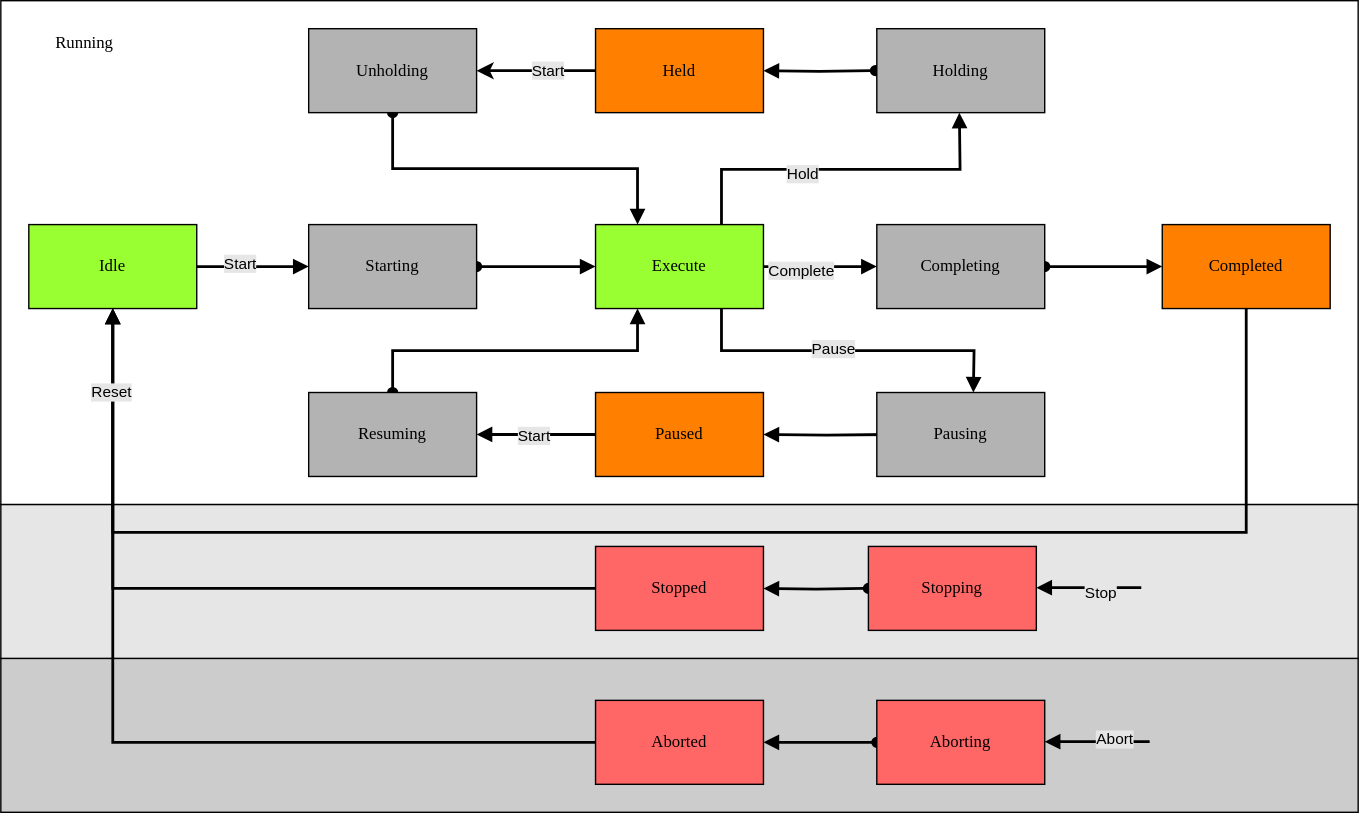
The draw.io diagram docs/StateMachine.drawio.svg in PeterZerlauth/Tc3_Component, before a commit. Source tidied: cells renumbered, new cells last; positions are measured from the earlier drawing's top-left corner, leaving out a move shared by most shapes.
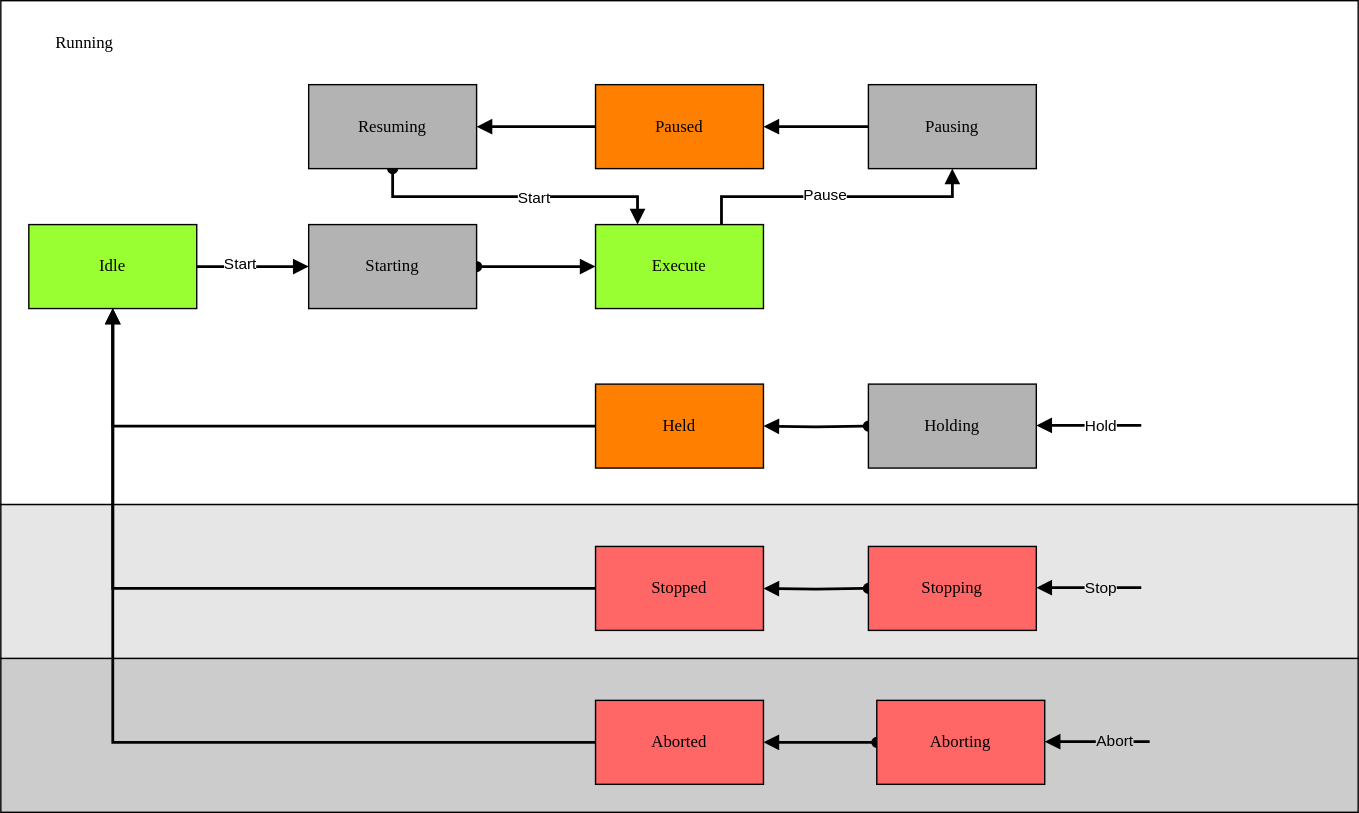
Above is the later version.

Diff of the diagram source:
```diff
@@ -11,56 +11,25 @@
     <mxCell id="4" style="rounded=0;whiteSpace=wrap;html=1;fontFamily=Helvetica;fontSize=11;fontColor=default;labelBackgroundColor=default;fillColor=#FFFFFF;" parent="1" vertex="1">
       <mxGeometry width="970" height="360" as="geometry" />
     </mxCell>
-    <mxCell id="5" style="edgeStyle=orthogonalEdgeStyle;rounded=0;jettySize=auto;html=1;strokeWidth=2;" parent="1" edge="1" source="6" target="34">
-      <mxGeometry relative="1" as="geometry" />
-    </mxCell>
-    <mxCell id="6" value="Held" style="rounded=0;whiteSpace=wrap;html=1;arcSize=24;fillColor=#FF8000;strokeColor=#000000;shadow=0;comic=0;labelBackgroundColor=none;fontFamily=Verdana;fontSize=12;fontColor=#000000;align=center;rotation=0;" parent="1" vertex="1">
-      <mxGeometry x="425" y="20" width="120" height="60" as="geometry" />
-    </mxCell>
-    <mxCell id="7" style="edgeStyle=orthogonalEdgeStyle;rounded=0;jettySize=auto;html=1;entryX=0.5;entryY=1;entryDx=0;entryDy=0;strokeColor=default;align=center;verticalAlign=middle;fontFamily=Helvetica;fontSize=11;fontColor=default;labelBackgroundColor=default;endArrow=block;endFill=1;exitX=0.75;exitY=0;exitDx=0;exitDy=0;strokeWidth=2;" parent="1" edge="1" source="11">
-      <mxGeometry relative="1" as="geometry">
-        <mxPoint x="685" y="80" as="targetPoint" />
-      </mxGeometry>
-    </mxCell>
-    <mxCell id="8" value="Hold" style="edgeLabel;html=1;align=center;verticalAlign=middle;fontFamily=Helvetica;fontSize=11;fontColor=default;labelBackgroundColor=#E6E6E6;" parent="7" vertex="1">
-      <mxGeometry x="-0.23" y="-2" relative="1" as="geometry">
-        <mxPoint x="1" y="1" as="offset" />
-      </mxGeometry>
-    </mxCell>
-    <mxCell id="9" style="edgeStyle=orthogonalEdgeStyle;rounded=0;jettySize=auto;html=1;exitX=1;exitY=0.5;exitDx=0;exitDy=0;entryX=0;entryY=0.5;entryDx=0;entryDy=0;strokeColor=default;align=center;verticalAlign=middle;fontFamily=Helvetica;fontSize=11;fontColor=default;labelBackgroundColor=default;endArrow=block;endFill=1;strokeWidth=2;" parent="1" edge="1" source="11" target="41">
-      <mxGeometry relative="1" as="geometry" />
-    </mxCell>
-    <mxCell id="10" value="Complete" style="edgeLabel;html=1;align=center;verticalAlign=middle;fontFamily=Helvetica;fontSize=11;fontColor=default;labelBackgroundColor=#E6E6E6;" parent="9" vertex="1">
-      <mxGeometry x="-0.36" y="-2" relative="1" as="geometry" />
-    </mxCell>
     <mxCell id="11" value="Execute" style="rounded=0;whiteSpace=wrap;html=1;arcSize=24;fillColor=#99FF33;strokeColor=#000000;shadow=0;comic=0;labelBackgroundColor=none;fontFamily=Verdana;fontSize=12;fontColor=#000000;align=center;" parent="1" vertex="1">
       <mxGeometry x="425" y="160" width="120" height="60" as="geometry" />
     </mxCell>
     <mxCell id="12" value="Paused" style="rounded=0;whiteSpace=wrap;html=1;arcSize=24;fillColor=#FF8000;strokeColor=#000000;shadow=0;comic=0;labelBackgroundColor=none;fontFamily=Verdana;fontSize=12;fontColor=#000000;align=center;" parent="1" vertex="1">
-      <mxGeometry x="425" y="280" width="120" height="60" as="geometry" />
+      <mxGeometry x="425" y="60" width="120" height="60" as="geometry" />
     </mxCell>
-    <mxCell id="13" style="edgeStyle=orthogonalEdgeStyle;rounded=0;jettySize=auto;html=1;strokeColor=default;align=center;verticalAlign=middle;fontFamily=Helvetica;fontSize=11;fontColor=default;labelBackgroundColor=default;endArrow=block;endFill=1;strokeWidth=2;startArrow=oval;startFill=1;" parent="1" edge="1" target="6">
-      <mxGeometry relative="1" as="geometry">
-        <mxPoint x="625" y="50" as="sourcePoint" />
-      </mxGeometry>
-    </mxCell>
-    <mxCell id="14" style="edgeStyle=orthogonalEdgeStyle;rounded=0;jettySize=auto;html=1;strokeColor=default;align=center;verticalAlign=middle;fontFamily=Helvetica;fontSize=11;fontColor=default;labelBackgroundColor=default;endArrow=block;endFill=1;strokeWidth=2;" parent="1" edge="1" target="12">
-      <mxGeometry relative="1" as="geometry">
-        <mxPoint x="635" y="310" as="sourcePoint" />
-      </mxGeometry>
+    <mxCell id="14" style="edgeStyle=orthogonalEdgeStyle;rounded=0;jettySize=auto;html=1;strokeColor=default;align=center;verticalAlign=middle;fontFamily=Helvetica;fontSize=11;fontColor=default;labelBackgroundColor=default;endArrow=block;endFill=1;strokeWidth=2;exitX=0;exitY=0.5;exitDx=0;exitDy=0;" parent="1" edge="1" source="35" target="12">
+      <mxGeometry relative="1" as="geometry" />
     </mxCell>
-    <mxCell id="15" style="edgeStyle=orthogonalEdgeStyle;rounded=0;jettySize=auto;html=1;entryX=0.5;entryY=0;entryDx=0;entryDy=0;strokeColor=default;align=center;verticalAlign=middle;fontFamily=Helvetica;fontSize=11;fontColor=default;labelBackgroundColor=default;endArrow=block;endFill=1;exitX=0.75;exitY=1;exitDx=0;exitDy=0;strokeWidth=2;" parent="1" edge="1" source="11">
-      <mxGeometry relative="1" as="geometry">
-        <mxPoint x="695" y="280" as="targetPoint" />
-      </mxGeometry>
+    <mxCell id="15" style="edgeStyle=orthogonalEdgeStyle;rounded=0;jettySize=auto;html=1;entryX=0.5;entryY=1;entryDx=0;entryDy=0;strokeColor=default;align=center;verticalAlign=middle;fontFamily=Helvetica;fontSize=11;fontColor=default;labelBackgroundColor=default;endArrow=block;endFill=1;exitX=0.75;exitY=0;exitDx=0;exitDy=0;strokeWidth=2;" parent="1" edge="1" source="11" target="35">
+      <mxGeometry relative="1" as="geometry" />
     </mxCell>
-    <mxCell id="16" value="Pause" style="edgeLabel;html=1;align=center;verticalAlign=middle;fontFamily=Helvetica;fontSize=11;fontColor=default;labelBackgroundColor=#E6E6E6;" parent="15" vertex="1">
+    <mxCell id="16" value="Pause" style="edgeLabel;html=1;align=center;verticalAlign=middle;fontFamily=Helvetica;fontSize=11;fontColor=default;labelBackgroundColor=#FFFFFF;" parent="15" vertex="1">
       <mxGeometry x="-0.09" y="2" relative="1" as="geometry" />
     </mxCell>
     <mxCell id="17" style="edgeStyle=orthogonalEdgeStyle;rounded=0;jettySize=auto;html=1;strokeColor=default;align=center;verticalAlign=middle;fontFamily=Helvetica;fontSize=11;fontColor=default;labelBackgroundColor=default;endArrow=block;endFill=1;entryX=0;entryY=0.5;entryDx=0;entryDy=0;strokeWidth=2;" parent="1" edge="1" source="19" target="30">
       <mxGeometry relative="1" as="geometry" />
     </mxCell>
-    <mxCell id="18" value="Start" style="edgeLabel;html=1;align=center;verticalAlign=middle;fontFamily=Helvetica;fontSize=11;fontColor=default;labelBackgroundColor=#E6E6E6;" parent="17" vertex="1">
+    <mxCell id="18" value="Start" style="edgeLabel;html=1;align=center;verticalAlign=middle;fontFamily=Helvetica;fontSize=11;fontColor=default;labelBackgroundColor=#FFFFFF;" parent="17" vertex="1">
       <mxGeometry x="-0.25" y="3" relative="1" as="geometry" />
     </mxCell>
     <mxCell id="19" value="Idle" style="rounded=0;whiteSpace=wrap;html=1;arcSize=24;fillColor=#99FF33;strokeColor=#000000;shadow=0;comic=0;labelBackgroundColor=none;fontFamily=Verdana;fontSize=12;fontColor=#000000;align=center;" parent="1" vertex="1">
@@ -78,20 +47,6 @@
     <mxCell id="23" value="Aborted" style="rounded=0;whiteSpace=wrap;html=1;arcSize=24;fillColor=#FF6666;strokeColor=#000000;shadow=0;comic=0;labelBackgroundColor=none;fontFamily=Verdana;fontSize=12;fontColor=#000000;align=center;" parent="1" vertex="1">
       <mxGeometry x="425" y="500" width="120" height="60" as="geometry" />
     </mxCell>
-    <mxCell id="24" style="edgeStyle=orthogonalEdgeStyle;rounded=0;jettySize=auto;html=1;exitX=0.5;exitY=1;exitDx=0;exitDy=0;entryX=0.5;entryY=1;entryDx=0;entryDy=0;strokeColor=default;align=center;verticalAlign=middle;fontFamily=Helvetica;fontSize=11;fontColor=default;labelBackgroundColor=default;endArrow=block;endFill=1;strokeWidth=2;" parent="1" edge="1" source="26" target="19">
-      <mxGeometry relative="1" as="geometry">
-        <Array as="points">
-          <mxPoint x="890" y="380" />
-          <mxPoint x="80" y="380" />
-        </Array>
-      </mxGeometry>
-    </mxCell>
-    <mxCell id="25" value="Reset" style="edgeLabel;html=1;align=center;verticalAlign=middle;fontFamily=Helvetica;fontSize=11;fontColor=default;labelBackgroundColor=#E6E6E6;" parent="24" vertex="1">
-      <mxGeometry x="0.9" y="2" relative="1" as="geometry" />
-    </mxCell>
-    <mxCell id="26" value="Completed" style="rounded=0;whiteSpace=wrap;html=1;arcSize=24;fillColor=#FF8000;strokeColor=#000000;shadow=0;comic=0;labelBackgroundColor=none;fontFamily=Verdana;fontSize=12;fontColor=#000000;align=center;" parent="1" vertex="1">
-      <mxGeometry x="830" y="160" width="120" height="60" as="geometry" />
-    </mxCell>
     <mxCell id="27" style="edgeStyle=orthogonalEdgeStyle;rounded=0;jettySize=auto;html=1;strokeColor=default;align=center;verticalAlign=middle;fontFamily=Helvetica;fontSize=11;fontColor=default;labelBackgroundColor=default;endArrow=block;endFill=1;strokeWidth=2;startArrow=oval;startFill=1;" parent="1" edge="1" target="21">
       <mxGeometry relative="1" as="geometry">
         <mxPoint x="620" y="420" as="sourcePoint" />
@@ -106,43 +61,28 @@
     <mxCell id="30" value="Starting" style="rounded=0;whiteSpace=wrap;html=1;arcSize=24;fillColor=#B3B3B3;strokeColor=#000000;shadow=0;comic=0;labelBackgroundColor=none;fontFamily=Verdana;fontSize=12;fontColor=#000000;align=center;" parent="1" vertex="1">
       <mxGeometry x="220" y="160" width="120" height="60" as="geometry" />
     </mxCell>
-    <mxCell id="31" value="Holding" style="rounded=0;whiteSpace=wrap;html=1;arcSize=24;fillColor=#B3B3B3;strokeColor=#000000;shadow=0;comic=0;labelBackgroundColor=none;fontFamily=Verdana;fontSize=12;fontColor=#000000;align=center;" parent="1" vertex="1">
-      <mxGeometry x="626" y="20" width="120" height="60" as="geometry" />
-    </mxCell>
-    <mxCell id="32" style="edgeStyle=orthogonalEdgeStyle;rounded=0;jettySize=auto;html=1;exitX=0.5;exitY=1;exitDx=0;exitDy=0;entryX=0.25;entryY=0;entryDx=0;entryDy=0;strokeColor=default;align=center;verticalAlign=middle;fontFamily=Helvetica;fontSize=11;fontColor=default;labelBackgroundColor=default;endArrow=block;endFill=1;strokeWidth=2;startArrow=oval;startFill=1;" parent="1" edge="1" source="34" target="11">
-      <mxGeometry relative="1" as="geometry" />
-    </mxCell>
-    <mxCell id="33" value="Start" style="edgeLabel;html=1;align=center;verticalAlign=middle;fontFamily=Helvetica;fontSize=11;fontColor=default;labelBackgroundColor=#E6E6E6;" parent="32" vertex="1">
-      <mxGeometry x="-0.2" relative="1" as="geometry">
-        <mxPoint x="48" y="-71" as="offset" />
-      </mxGeometry>
-    </mxCell>
-    <mxCell id="34" value="Unholding" style="rounded=0;whiteSpace=wrap;html=1;arcSize=24;fillColor=#B3B3B3;strokeColor=#000000;shadow=0;comic=0;labelBackgroundColor=none;fontFamily=Verdana;fontSize=12;fontColor=#000000;align=center;" parent="1" vertex="1">
-      <mxGeometry x="220" y="20" width="120" height="60" as="geometry" />
-    </mxCell>
     <mxCell id="35" value="Pausing" style="rounded=0;whiteSpace=wrap;html=1;arcSize=24;fillColor=#B3B3B3;strokeColor=#000000;shadow=0;comic=0;labelBackgroundColor=none;fontFamily=Verdana;fontSize=12;fontColor=#000000;align=center;" parent="1" vertex="1">
-      <mxGeometry x="626" y="280" width="120" height="60" as="geometry" />
+      <mxGeometry x="620" y="60" width="120" height="60" as="geometry" />
     </mxCell>
     <mxCell id="36" style="edgeStyle=orthogonalEdgeStyle;rounded=0;jettySize=auto;html=1;strokeColor=default;align=center;verticalAlign=middle;fontFamily=Helvetica;fontSize=11;fontColor=default;labelBackgroundColor=default;endArrow=block;endFill=1;strokeWidth=2;" parent="1" edge="1" source="12" target="39">
       <mxGeometry relative="1" as="geometry" />
     </mxCell>
-    <mxCell id="37" style="edgeStyle=orthogonalEdgeStyle;rounded=0;jettySize=auto;html=1;exitX=0.5;exitY=0;exitDx=0;exitDy=0;entryX=0.25;entryY=1;entryDx=0;entryDy=0;strokeColor=default;align=center;verticalAlign=middle;fontFamily=Helvetica;fontSize=11;fontColor=default;labelBackgroundColor=default;endArrow=block;endFill=1;strokeWidth=2;startArrow=oval;startFill=1;" parent="1" edge="1" source="39" target="11">
-      <mxGeometry relative="1" as="geometry" />
+    <mxCell id="37" style="edgeStyle=orthogonalEdgeStyle;rounded=0;jettySize=auto;html=1;exitX=0.5;exitY=1;exitDx=0;exitDy=0;entryX=0.25;entryY=0;entryDx=0;entryDy=0;strokeColor=default;align=center;verticalAlign=middle;fontFamily=Helvetica;fontSize=11;fontColor=default;labelBackgroundColor=default;endArrow=block;endFill=1;strokeWidth=2;startArrow=oval;startFill=1;" parent="1" edge="1" source="39" target="11">
+      <mxGeometry relative="1" as="geometry">
+        <Array as="points">
+          <mxPoint x="280" y="140" />
+          <mxPoint x="455" y="140" />
+        </Array>
+      </mxGeometry>
     </mxCell>
-    <mxCell id="38" value="Start" style="edgeLabel;html=1;align=center;verticalAlign=middle;fontFamily=Helvetica;fontSize=11;fontColor=default;labelBackgroundColor=#E6E6E6;" parent="37" vertex="1">
+    <mxCell id="38" value="Start" style="edgeLabel;html=1;align=center;verticalAlign=middle;fontFamily=Helvetica;fontSize=11;fontColor=default;labelBackgroundColor=#FFFFFF;" parent="37" vertex="1">
       <mxGeometry x="0.04" y="2" relative="1" as="geometry">
-        <mxPoint x="8" y="62" as="offset" />
+        <mxPoint x="8" y="2" as="offset" />
       </mxGeometry>
     </mxCell>
     <mxCell id="39" value="Resuming" style="rounded=0;whiteSpace=wrap;html=1;arcSize=24;fillColor=#B3B3B3;strokeColor=#000000;shadow=0;comic=0;labelBackgroundColor=none;fontFamily=Verdana;fontSize=12;fontColor=#000000;align=center;" parent="1" vertex="1">
-      <mxGeometry x="220" y="280" width="120" height="60" as="geometry" />
+      <mxGeometry x="220" y="60" width="120" height="60" as="geometry" />
     </mxCell>
-    <mxCell id="40" style="edgeStyle=orthogonalEdgeStyle;rounded=0;jettySize=auto;html=1;strokeColor=default;align=center;verticalAlign=middle;fontFamily=Helvetica;fontSize=11;fontColor=default;labelBackgroundColor=default;endArrow=block;endFill=1;strokeWidth=2;startArrow=oval;startFill=1;" parent="1" edge="1" source="41" target="26">
-      <mxGeometry relative="1" as="geometry" />
-    </mxCell>
-    <mxCell id="41" value="Completing" style="rounded=0;whiteSpace=wrap;html=1;arcSize=24;fillColor=#B3B3B3;strokeColor=#000000;shadow=0;comic=0;labelBackgroundColor=none;fontFamily=Verdana;fontSize=12;fontColor=#000000;align=center;" parent="1" vertex="1">
-      <mxGeometry x="626" y="160" width="120" height="60" as="geometry" />
-    </mxCell>
     <mxCell id="42" value="Stopping" style="rounded=0;whiteSpace=wrap;html=1;arcSize=24;fillColor=#FF6666;strokeColor=#000000;shadow=0;comic=0;labelBackgroundColor=none;fontFamily=Verdana;fontSize=12;fontColor=#000000;align=center;" parent="1" vertex="1">
       <mxGeometry x="620" y="390" width="120" height="60" as="geometry" />
     </mxCell>
@@ -156,7 +96,9 @@
       </mxGeometry>
     </mxCell>
     <mxCell id="45" value="Stop" style="edgeLabel;html=1;align=center;verticalAlign=middle;fontFamily=Helvetica;fontSize=11;fontColor=default;labelBackgroundColor=#E6E6E6;" parent="44" vertex="1">
-      <mxGeometry x="-0.2" y="3" relative="1" as="geometry" />
+      <mxGeometry x="-0.2" y="3" relative="1" as="geometry">
+        <mxPoint y="-3" as="offset" />
+      </mxGeometry>
     </mxCell>
     <mxCell id="46" style="edgeStyle=orthogonalEdgeStyle;rounded=0;orthogonalLoop=1;jettySize=auto;html=1;strokeColor=default;align=center;verticalAlign=middle;fontFamily=Helvetica;fontSize=11;fontColor=default;labelBackgroundColor=default;endArrow=block;endFill=1;strokeWidth=2;" parent="1" edge="1">
       <mxGeometry relative="1" as="geometry">
@@ -164,11 +106,42 @@
         <mxPoint x="746" y="529.5" as="targetPoint" />
       </mxGeometry>
     </mxCell>
-    <mxCell id="47" value="Abort" style="edgeLabel;html=1;align=center;verticalAlign=middle;fontFamily=Helvetica;fontSize=11;fontColor=default;labelBackgroundColor=#E6E6E6;" parent="46" vertex="1">
-      <mxGeometry x="-0.31" y="-2" relative="1" as="geometry" />
+    <mxCell id="47" value="Abort" style="edgeLabel;html=1;align=center;verticalAlign=middle;fontFamily=Helvetica;fontSize=11;fontColor=default;labelBackgroundColor=#CCCCCC;" parent="46" vertex="1">
+      <mxGeometry x="-0.31" y="-2" relative="1" as="geometry">
+        <mxPoint y="1" as="offset" />
+      </mxGeometry>
     </mxCell>
     <mxCell id="48" value="Running" style="rounded=0;whiteSpace=wrap;html=1;arcSize=24;fillColor=none;strokeColor=none;shadow=0;comic=0;labelBackgroundColor=none;fontFamily=Verdana;fontSize=12;fontColor=#000000;align=center;" parent="1" vertex="1">
       <mxGeometry width="120" height="60" as="geometry" />
     </mxCell>
+    <mxCell id="6" value="Held" style="rounded=0;whiteSpace=wrap;html=1;arcSize=24;fillColor=#FF8000;strokeColor=#000000;shadow=0;comic=0;labelBackgroundColor=none;fontFamily=Verdana;fontSize=12;fontColor=#000000;align=center;" parent="1" vertex="1">
+      <mxGeometry x="425" y="274" width="120" height="60" as="geometry" />
+    </mxCell>
+    <mxCell id="49" style="edgeStyle=orthogonalEdgeStyle;rounded=0;jettySize=auto;html=1;strokeColor=default;align=center;verticalAlign=middle;fontFamily=Helvetica;fontSize=11;fontColor=default;labelBackgroundColor=default;endArrow=block;endFill=1;strokeWidth=2;startArrow=oval;startFill=1;" parent="1" edge="1" target="6">
+      <mxGeometry relative="1" as="geometry">
+        <mxPoint x="620" y="304" as="sourcePoint" />
+      </mxGeometry>
+    </mxCell>
+    <mxCell id="31" value="Holding" style="rounded=0;whiteSpace=wrap;html=1;arcSize=24;fillColor=#B3B3B3;strokeColor=#000000;shadow=0;comic=0;labelBackgroundColor=none;fontFamily=Verdana;fontSize=12;fontColor=#000000;align=center;" parent="1" vertex="1">
+      <mxGeometry x="620" y="274" width="120" height="60" as="geometry" />
+    </mxCell>
+    <mxCell id="50" style="edgeStyle=orthogonalEdgeStyle;rounded=0;orthogonalLoop=1;jettySize=auto;html=1;strokeColor=default;align=center;verticalAlign=middle;fontFamily=Helvetica;fontSize=11;fontColor=default;labelBackgroundColor=default;endArrow=block;endFill=1;strokeWidth=2;" parent="1" edge="1">
+      <mxGeometry relative="1" as="geometry">
+        <mxPoint x="815" y="303.5" as="sourcePoint" />
+        <mxPoint x="740" y="303.5" as="targetPoint" />
+      </mxGeometry>
+    </mxCell>
+    <mxCell id="8" value="Hold" style="edgeLabel;html=1;align=center;verticalAlign=middle;fontFamily=Helvetica;fontSize=11;fontColor=default;labelBackgroundColor=#FFFFFF;" parent="50" vertex="1">
+      <mxGeometry x="-0.2" y="3" relative="1" as="geometry">
+        <mxPoint y="-3" as="offset" />
+      </mxGeometry>
+    </mxCell>
+    <mxCell id="51" style="edgeStyle=orthogonalEdgeStyle;rounded=0;jettySize=auto;html=1;strokeColor=default;align=center;verticalAlign=middle;fontFamily=Helvetica;fontSize=11;fontColor=default;labelBackgroundColor=default;endArrow=block;endFill=1;strokeWidth=2;entryX=0.5;entryY=1;entryDx=0;entryDy=0;exitX=0;exitY=0.5;exitDx=0;exitDy=0;" parent="1" edge="1" source="6" target="19">
+      <mxGeometry relative="1" as="geometry">
+        <Array as="points">
+          <mxPoint x="80" y="304" />
+        </Array>
+      </mxGeometry>
+    </mxCell>
   </root>
 </mxGraphModel>
```
